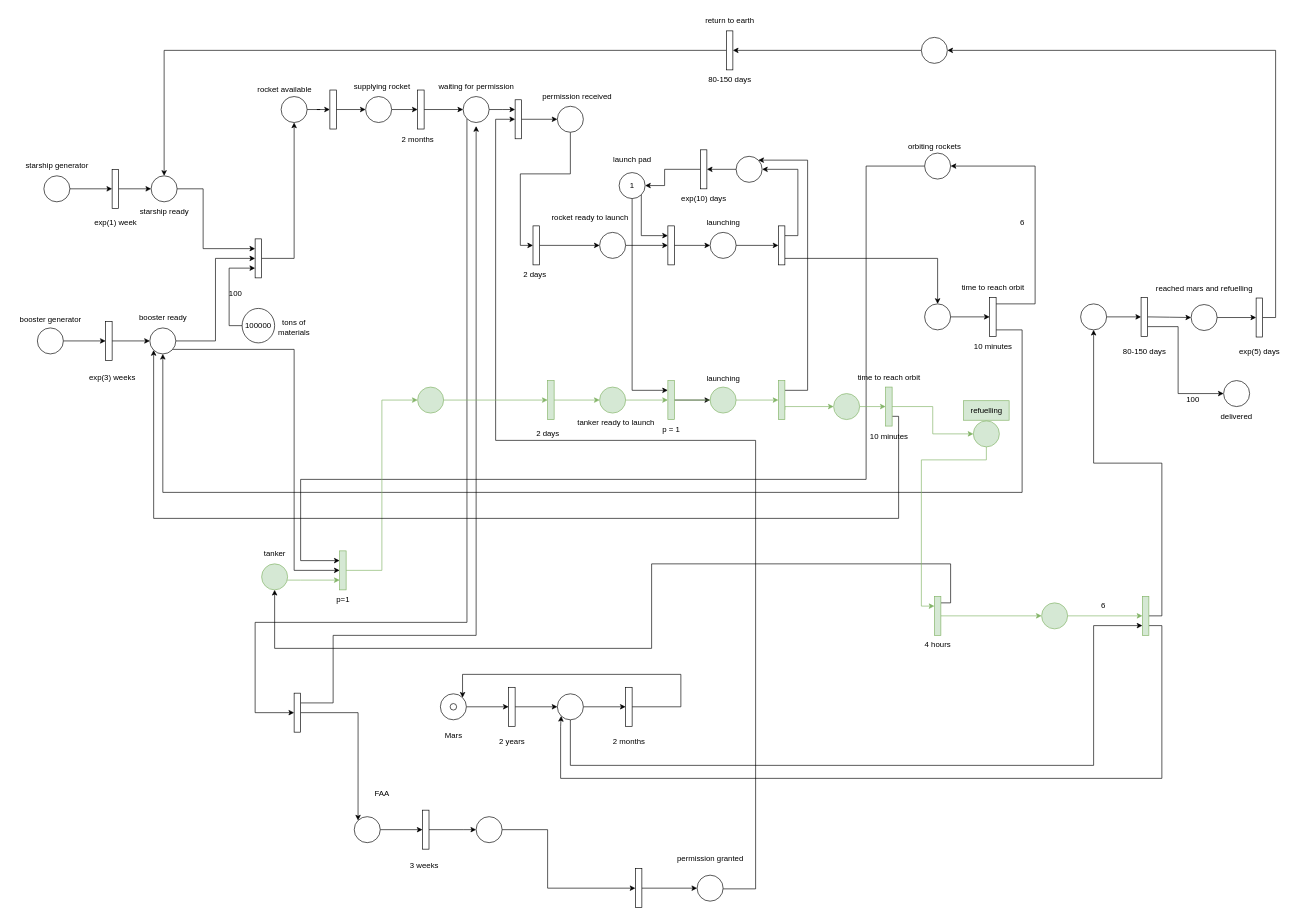
Above: IMS.drawio in jkalend/VUT-IMS (draw.io), before the change. Source tidied: cells renumbered, new cells numbered last; positions are measured from the earlier drawing's top-left corner, leaving out a move shared by most shapes. Both pictures are drawn from the tidied source at 65%, with x=0, y=0 at pixel (11, 11).
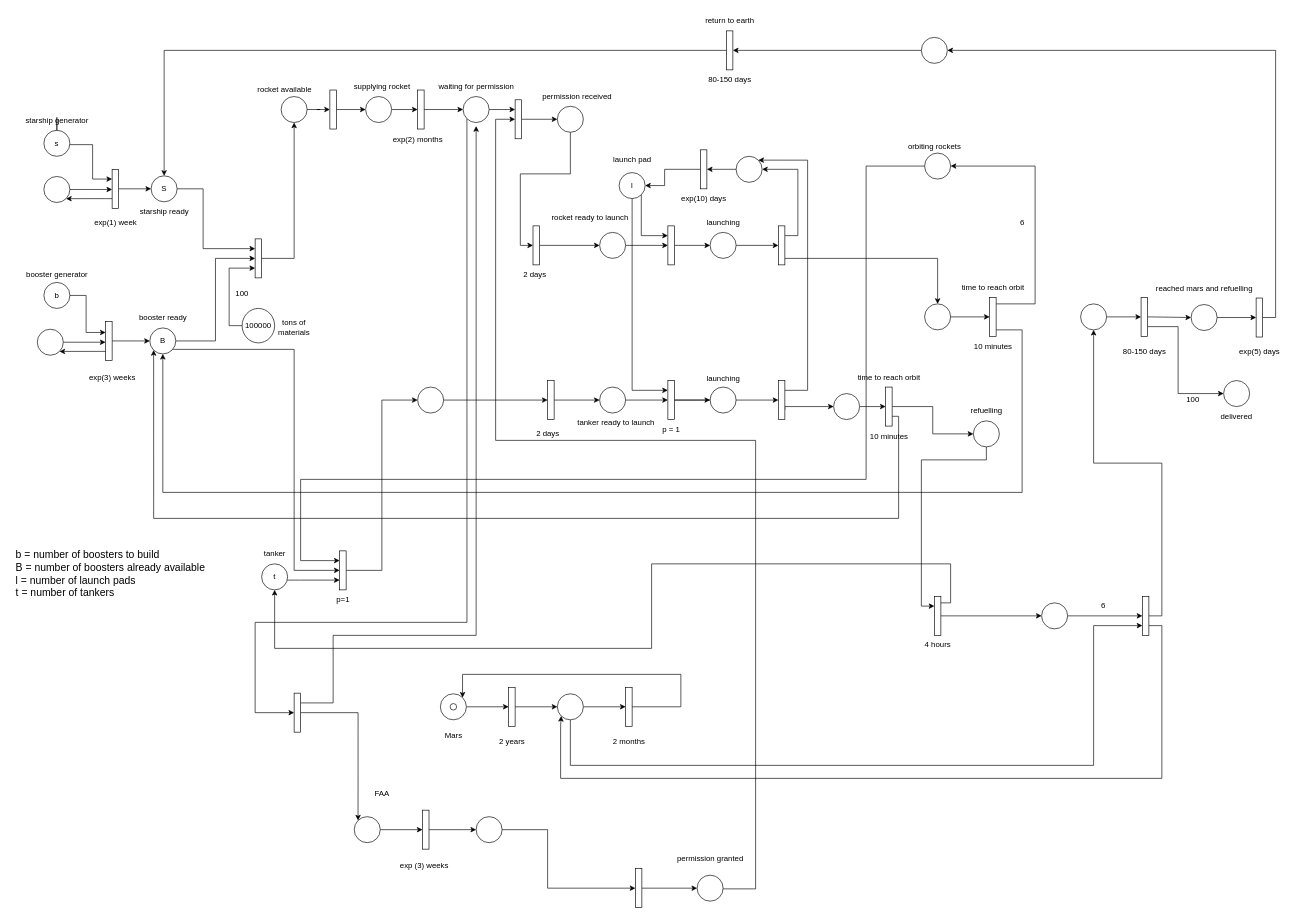
Above is the later version.

Unchanged cells that the change refers to:
```xml
<mxCell id="60" style="rounded=0;whiteSpace=wrap;html=1;" parent="1" vertex="1">
  <mxGeometry x="155" y="243" width="10" height="60" as="geometry" />
</mxCell>
<mxCell id="74" style="rounded=0;whiteSpace=wrap;html=1;" parent="1" vertex="1">
  <mxGeometry x="145" y="477" width="10" height="60" as="geometry" />
</mxCell>
```

Change to the diagram source:
```diff
@@
-    <mxCell id="10" value="2 months" style="text;html=1;align=center;verticalAlign=middle;strokeColor=none;fillColor=none;" parent="1" vertex="1">
-      <mxGeometry x="590" y="183" width="70" height="30" as="geometry" />
+    <mxCell id="10" value="exp(2) months" style="text;html=1;align=center;verticalAlign=middle;strokeColor=none;fillColor=none;" parent="1" vertex="1">
+      <mxGeometry x="575" y="183" width="100" height="30" as="geometry" />
     </mxCell>
@@
-    <mxCell id="18" value="1" style="ellipse;whiteSpace=wrap;html=1;" parent="1" vertex="1">
+    <mxCell id="18" value="l" style="ellipse;whiteSpace=wrap;html=1;" parent="1" vertex="1">
       <mxGeometry x="935" y="248" width="40" height="40" as="geometry" />
     </mxCell>
@@
-    <mxCell id="57" style="edgeStyle=orthogonalEdgeStyle;rounded=0;jettySize=auto;html=1;entryX=0;entryY=0.5;entryDx=0;entryDy=0;" parent="1" edge="1" source="58" target="60">
-      <mxGeometry relative="1" as="geometry" />
+    <mxCell id="57" style="edgeStyle=orthogonalEdgeStyle;rounded=0;jettySize=auto;html=1;entryX=0;entryY=0.25;entryDx=0;entryDy=0;" parent="1" edge="1" target="60">
+      <mxGeometry relative="1" as="geometry">
+        <mxPoint x="90" y="205" as="sourcePoint" />
+        <Array as="points">
+          <mxPoint x="125" y="205" />
+          <mxPoint x="125" y="258" />
+        </Array>
+      </mxGeometry>
     </mxCell>
+    <mxCell id="175" style="edgeStyle=orthogonalEdgeStyle;rounded=0;jettySize=auto;html=1;" parent="1" edge="1" source="58" target="61">
+      <mxGeometry relative="1" as="geometry" />
+    </mxCell>
-    <mxCell id="58" style="ellipse;whiteSpace=wrap;html=1;" parent="1" vertex="1">
-      <mxGeometry x="50" y="253" width="40" height="40" as="geometry" />
+    <mxCell id="58" value="s" style="ellipse;whiteSpace=wrap;html=1;" parent="1" vertex="1">
+      <mxGeometry x="50" y="183" width="40" height="40" as="geometry" />
     </mxCell>
@@
+    <mxCell id="176" style="edgeStyle=orthogonalEdgeStyle;rounded=0;jettySize=auto;html=1;entryX=1;entryY=1;entryDx=0;entryDy=0;" parent="1" edge="1" target="178">
+      <mxGeometry relative="1" as="geometry">
+        <mxPoint x="155" y="288.1" as="sourcePoint" />
+        <Array as="points">
+          <mxPoint x="145" y="288" />
+          <mxPoint x="145" y="288" />
+        </Array>
+      </mxGeometry>
+    </mxCell>
@@
     <mxCell id="61" value="starship generator" style="text;html=1;align=center;verticalAlign=middle;points=[];strokeColor=none;fillColor=none;" parent="1" vertex="1">
-      <mxGeometry x="10" y="223" width="120" height="30" as="geometry" />
+      <mxGeometry x="10" y="153" width="120" height="30" as="geometry" />
     </mxCell>
@@
-    <mxCell id="64" style="ellipse;whiteSpace=wrap;html=1;" parent="1" vertex="1">
+    <mxCell id="64" value="B" style="ellipse;whiteSpace=wrap;html=1;" parent="1" vertex="1">
       <mxGeometry x="213" y="487" width="40" height="40" as="geometry" />
     </mxCell>
@@
-    <mxCell id="69" style="ellipse;whiteSpace=wrap;html=1;" parent="1" vertex="1">
+    <mxCell id="69" value="S" style="ellipse;whiteSpace=wrap;html=1;" parent="1" vertex="1">
       <mxGeometry x="215" y="253" width="40" height="40" as="geometry" />
     </mxCell>
@@
-    <mxCell id="71" style="edgeStyle=orthogonalEdgeStyle;rounded=0;jettySize=auto;html=1;entryX=0;entryY=0.5;entryDx=0;entryDy=0;" parent="1" edge="1" source="72" target="74">
-      <mxGeometry relative="1" as="geometry" />
+    <mxCell id="71" style="edgeStyle=orthogonalEdgeStyle;rounded=0;jettySize=auto;html=1;entryX=0;entryY=0.5;entryDx=0;entryDy=0;exitX=1;exitY=0.5;exitDx=0;exitDy=0;" parent="1" edge="1" source="72">
+      <mxGeometry relative="1" as="geometry">
+        <mxPoint x="145" y="494" as="targetPoint" />
+        <Array as="points">
+          <mxPoint x="115" y="437" />
+          <mxPoint x="115" y="494" />
+        </Array>
+      </mxGeometry>
     </mxCell>
-    <mxCell id="72" style="ellipse;whiteSpace=wrap;html=1;" parent="1" vertex="1">
-      <mxGeometry x="40" y="487" width="40" height="40" as="geometry" />
+    <mxCell id="72" value="b" style="ellipse;whiteSpace=wrap;html=1;" parent="1" vertex="1">
+      <mxGeometry x="50" y="417" width="40" height="40" as="geometry" />
     </mxCell>
@@
     <mxCell id="75" value="booster generator" style="text;html=1;align=center;verticalAlign=middle;strokeColor=none;fillColor=none;" parent="1" vertex="1">
-      <mxGeometry y="460" width="120" height="30" as="geometry" />
+      <mxGeometry x="10" y="390" width="120" height="30" as="geometry" />
     </mxCell>
@@
-    <mxCell id="79" style="edgeStyle=orthogonalEdgeStyle;rounded=0;jettySize=auto;html=1;entryX=0;entryY=0.75;entryDx=0;entryDy=0;fillColor=#d5e8d4;strokeColor=#82b366;" parent="1" edge="1" source="80" target="83">
+    <mxCell id="79" style="edgeStyle=orthogonalEdgeStyle;rounded=0;jettySize=auto;html=1;entryX=0;entryY=0.75;entryDx=0;entryDy=0;" parent="1" edge="1" source="80" target="83">
       <mxGeometry relative="1" as="geometry">
         <Array as="points">
           <mxPoint x="445" y="875" />
           <mxPoint x="445" y="875" />
         </Array>
       </mxGeometry>
     </mxCell>
-    <mxCell id="80" style="ellipse;whiteSpace=wrap;html=1;fillColor=#d5e8d4;strokeColor=#82b366;" parent="1" vertex="1">
+    <mxCell id="80" value="t" style="ellipse;whiteSpace=wrap;html=1;" parent="1" vertex="1">
       <mxGeometry x="385" y="850" width="40" height="40" as="geometry" />
     </mxCell>
-    <mxCell id="81" value="tanker" style="text;html=1;align=center;verticalAlign=middle;strokeColor=none;fillColor=none;" parent="1" vertex="1">
+    <mxCell id="81" value="tanker" style="text;html=1;align=center;verticalAlign=middle;" parent="1" vertex="1">
       <mxGeometry x="375" y="820" width="60" height="30" as="geometry" />
     </mxCell>
-    <mxCell id="82" style="edgeStyle=orthogonalEdgeStyle;rounded=0;jettySize=auto;html=1;exitX=1;exitY=0.5;exitDx=0;exitDy=0;entryX=0;entryY=0.5;entryDx=0;entryDy=0;fillColor=#d5e8d4;strokeColor=#82b366;" parent="1" edge="1" source="83" target="136">
+    <mxCell id="82" style="edgeStyle=orthogonalEdgeStyle;rounded=0;jettySize=auto;html=1;exitX=1;exitY=0.5;exitDx=0;exitDy=0;entryX=0;entryY=0.5;entryDx=0;entryDy=0;" parent="1" edge="1" source="83" target="136">
       <mxGeometry relative="1" as="geometry" />
     </mxCell>
-    <mxCell id="83" style="rounded=0;whiteSpace=wrap;html=1;fillColor=#d5e8d4;strokeColor=#82b366;" parent="1" vertex="1">
+    <mxCell id="83" style="rounded=0;whiteSpace=wrap;html=1;" parent="1" vertex="1">
       <mxGeometry x="505" y="830" width="10" height="60" as="geometry" />
     </mxCell>
@@
-    <mxCell id="86" style="edgeStyle=orthogonalEdgeStyle;rounded=0;jettySize=auto;html=1;exitX=1;exitY=0.5;exitDx=0;exitDy=0;entryX=0;entryY=0.5;entryDx=0;entryDy=0;fillColor=#d5e8d4;strokeColor=#82b366;" parent="1" edge="1" source="87" target="173">
+    <mxCell id="86" style="edgeStyle=orthogonalEdgeStyle;rounded=0;jettySize=auto;html=1;exitX=1;exitY=0.5;exitDx=0;exitDy=0;entryX=0;entryY=0.5;entryDx=0;entryDy=0;" parent="1" edge="1" source="87" target="173">
       <mxGeometry relative="1" as="geometry" />
     </mxCell>
-    <mxCell id="87" style="rounded=0;whiteSpace=wrap;html=1;fillColor=#d5e8d4;strokeColor=#82b366;" parent="1" vertex="1">
+    <mxCell id="87" style="rounded=0;whiteSpace=wrap;html=1;" parent="1" vertex="1">
       <mxGeometry x="1420" y="900" width="10" height="60" as="geometry" />
     </mxCell>
@@
-    <mxCell id="89" style="edgeStyle=orthogonalEdgeStyle;rounded=0;jettySize=auto;html=1;entryX=0;entryY=0.5;entryDx=0;entryDy=0;fillColor=#d5e8d4;strokeColor=#82b366;" parent="1" edge="1" source="90" target="92">
+    <mxCell id="89" style="edgeStyle=orthogonalEdgeStyle;rounded=0;jettySize=auto;html=1;entryX=0;entryY=0.5;entryDx=0;entryDy=0;" parent="1" edge="1" source="90" target="92">
       <mxGeometry relative="1" as="geometry" />
     </mxCell>
-    <mxCell id="90" style="rounded=0;whiteSpace=wrap;html=1;fillColor=#d5e8d4;strokeColor=#82b366;" parent="1" vertex="1">
+    <mxCell id="90" style="rounded=0;whiteSpace=wrap;html=1;" parent="1" vertex="1">
       <mxGeometry x="1345" y="578" width="10" height="60" as="geometry" />
     </mxCell>
-    <mxCell id="91" style="edgeStyle=orthogonalEdgeStyle;rounded=0;jettySize=auto;html=1;entryX=0;entryY=0.25;entryDx=0;entryDy=0;fillColor=#d5e8d4;strokeColor=#82b366;" parent="1" edge="1" source="92" target="87">
+    <mxCell id="91" style="edgeStyle=orthogonalEdgeStyle;rounded=0;jettySize=auto;html=1;entryX=0;entryY=0.25;entryDx=0;entryDy=0;" parent="1" edge="1" source="92" target="87">
       <mxGeometry relative="1" as="geometry">
         <Array as="points">
           <mxPoint x="1500" y="690" />
           <mxPoint x="1400" y="690" />
           <mxPoint x="1400" y="915" />
         </Array>
       </mxGeometry>
     </mxCell>
-    <mxCell id="92" style="ellipse;whiteSpace=wrap;html=1;fillColor=#d5e8d4;strokeColor=#82b366;" parent="1" vertex="1">
+    <mxCell id="92" style="ellipse;whiteSpace=wrap;html=1;" parent="1" vertex="1">
       <mxGeometry x="1480" y="630" width="40" height="40" as="geometry" />
     </mxCell>
@@
-    <mxCell id="115" value="3 weeks" style="text;html=1;align=center;verticalAlign=middle;strokeColor=none;fillColor=none;" parent="1" vertex="1">
-      <mxGeometry x="600" y="1298.9" width="70" height="30" as="geometry" />
+    <mxCell id="115" value="exp (3) weeks" style="text;html=1;align=center;verticalAlign=middle;strokeColor=none;fillColor=none;" parent="1" vertex="1">
+      <mxGeometry x="585" y="1298.9" width="100" height="30" as="geometry" />
     </mxCell>
@@
-    <mxCell id="130" value="refuelling" style="text;html=1;align=center;verticalAlign=middle;strokeColor=#82b366;fillColor=#d5e8d4;" parent="1" vertex="1">
+    <mxCell id="130" value="refuelling" style="text;html=1;align=center;verticalAlign=middle;" parent="1" vertex="1">
       <mxGeometry x="1465" y="599" width="70" height="30" as="geometry" />
     </mxCell>
@@
-    <mxCell id="132" value="p=1" style="text;html=1;align=center;verticalAlign=middle;strokeColor=none;fillColor=none;" parent="1" vertex="1">
+    <mxCell id="132" value="p=1" style="text;html=1;align=center;verticalAlign=middle;" parent="1" vertex="1">
       <mxGeometry x="490" y="890" width="40" height="30" as="geometry" />
     </mxCell>
-    <mxCell id="133" value="exp(3) weeks" style="text;html=1;align=center;verticalAlign=middle;strokeColor=none;fillColor=none;" parent="1" vertex="1">
+    <mxCell id="133" value="exp(3) weeks" style="text;html=1;align=center;verticalAlign=middle;" parent="1" vertex="1">
       <mxGeometry x="110" y="548" width="90" height="30" as="geometry" />
     </mxCell>
@@
-    <mxCell id="135" style="edgeStyle=orthogonalEdgeStyle;rounded=0;jettySize=auto;html=1;exitX=1;exitY=0.5;exitDx=0;exitDy=0;entryX=0;entryY=0.5;entryDx=0;entryDy=0;fillColor=#d5e8d4;strokeColor=#82b366;" parent="1" edge="1" source="136" target="138">
+    <mxCell id="135" style="edgeStyle=orthogonalEdgeStyle;rounded=0;jettySize=auto;html=1;exitX=1;exitY=0.5;exitDx=0;exitDy=0;entryX=0;entryY=0.5;entryDx=0;entryDy=0;" parent="1" edge="1" source="136" target="138">
       <mxGeometry relative="1" as="geometry" />
     </mxCell>
-    <mxCell id="136" style="ellipse;whiteSpace=wrap;html=1;fillColor=#d5e8d4;strokeColor=#82b366;" parent="1" vertex="1">
+    <mxCell id="136" style="ellipse;whiteSpace=wrap;html=1;" parent="1" vertex="1">
       <mxGeometry x="625" y="578" width="40" height="40" as="geometry" />
     </mxCell>
-    <mxCell id="137" style="edgeStyle=orthogonalEdgeStyle;rounded=0;jettySize=auto;html=1;exitX=1;exitY=0.5;exitDx=0;exitDy=0;fillColor=#d5e8d4;strokeColor=#82b366;" parent="1" edge="1" source="138" target="141">
+    <mxCell id="137" style="edgeStyle=orthogonalEdgeStyle;rounded=0;jettySize=auto;html=1;exitX=1;exitY=0.5;exitDx=0;exitDy=0;" parent="1" edge="1" source="138" target="141">
       <mxGeometry relative="1" as="geometry" />
     </mxCell>
-    <mxCell id="138" style="rounded=0;whiteSpace=wrap;html=1;fillColor=#d5e8d4;strokeColor=#82b366;" parent="1" vertex="1">
+    <mxCell id="138" style="rounded=0;whiteSpace=wrap;html=1;" parent="1" vertex="1">
       <mxGeometry x="825" y="568" width="10" height="60" as="geometry" />
     </mxCell>
-    <mxCell id="139" value="&lt;div&gt;2 days&lt;/div&gt;" style="text;html=1;align=center;verticalAlign=middle;strokeColor=none;fillColor=none;" parent="1" vertex="1">
+    <mxCell id="139" value="&lt;div&gt;2 days&lt;/div&gt;" style="text;html=1;align=center;verticalAlign=middle;" parent="1" vertex="1">
       <mxGeometry x="795" y="635" width="60" height="30" as="geometry" />
     </mxCell>
-    <mxCell id="140" style="edgeStyle=orthogonalEdgeStyle;rounded=0;jettySize=auto;html=1;exitX=1;exitY=0.5;exitDx=0;exitDy=0;entryX=0;entryY=0.5;entryDx=0;entryDy=0;fillColor=#d5e8d4;strokeColor=#82b366;" parent="1" edge="1" source="141" target="144">
+    <mxCell id="140" style="edgeStyle=orthogonalEdgeStyle;rounded=0;jettySize=auto;html=1;exitX=1;exitY=0.5;exitDx=0;exitDy=0;entryX=0;entryY=0.5;entryDx=0;entryDy=0;" parent="1" edge="1" source="141" target="144">
       <mxGeometry relative="1" as="geometry" />
     </mxCell>
-    <mxCell id="141" style="ellipse;whiteSpace=wrap;html=1;fillColor=#d5e8d4;strokeColor=#82b366;" parent="1" vertex="1">
+    <mxCell id="141" style="ellipse;whiteSpace=wrap;html=1;" parent="1" vertex="1">
       <mxGeometry x="905" y="578" width="40" height="40" as="geometry" />
     </mxCell>
@@
-    <mxCell id="143" style="edgeStyle=orthogonalEdgeStyle;rounded=0;jettySize=auto;html=1;fillColor=#d5e8d4;strokeColor=#82b366;" parent="1" edge="1" source="144">
+    <mxCell id="143" style="edgeStyle=orthogonalEdgeStyle;rounded=0;jettySize=auto;html=1;" parent="1" edge="1" source="144">
       <mxGeometry relative="1" as="geometry">
         <mxPoint x="1100" y="598" as="targetPoint" />
       </mxGeometry>
     </mxCell>
-    <mxCell id="144" style="rounded=0;whiteSpace=wrap;html=1;fillColor=#d5e8d4;strokeColor=#82b366;" parent="1" vertex="1">
+    <mxCell id="144" style="rounded=0;whiteSpace=wrap;html=1;" parent="1" vertex="1">
       <mxGeometry x="1010" y="568" width="10" height="60" as="geometry" />
     </mxCell>
-    <mxCell id="145" style="edgeStyle=orthogonalEdgeStyle;rounded=0;jettySize=auto;html=1;entryX=0;entryY=0.5;entryDx=0;entryDy=0;fillColor=#d5e8d4;strokeColor=#82b366;" parent="1" edge="1" source="146" target="149">
+    <mxCell id="145" style="edgeStyle=orthogonalEdgeStyle;rounded=0;jettySize=auto;html=1;entryX=0;entryY=0.5;entryDx=0;entryDy=0;" parent="1" edge="1" source="146" target="149">
       <mxGeometry relative="1" as="geometry" />
     </mxCell>
-    <mxCell id="146" style="ellipse;whiteSpace=wrap;html=1;fillColor=#d5e8d4;strokeColor=#82b366;" parent="1" vertex="1">
+    <mxCell id="146" style="ellipse;whiteSpace=wrap;html=1;" parent="1" vertex="1">
       <mxGeometry x="1075" y="578" width="40" height="40" as="geometry" />
     </mxCell>
@@
-    <mxCell id="148" style="edgeStyle=orthogonalEdgeStyle;rounded=0;jettySize=auto;html=1;exitX=1;exitY=0.75;exitDx=0;exitDy=0;entryX=0;entryY=0.5;entryDx=0;entryDy=0;fillColor=#d5e8d4;strokeColor=#82b366;" parent="1" edge="1" source="149" target="158">
+    <mxCell id="148" style="edgeStyle=orthogonalEdgeStyle;rounded=0;jettySize=auto;html=1;exitX=1;exitY=0.75;exitDx=0;exitDy=0;entryX=0;entryY=0.5;entryDx=0;entryDy=0;" parent="1" edge="1" source="149" target="158">
       <mxGeometry relative="1" as="geometry">
         <Array as="points">
           <mxPoint x="1190" y="608" />
         </Array>
       </mxGeometry>
     </mxCell>
-    <mxCell id="149" style="rounded=0;whiteSpace=wrap;html=1;fillColor=#d5e8d4;strokeColor=#82b366;" parent="1" vertex="1">
+    <mxCell id="149" style="rounded=0;whiteSpace=wrap;html=1;" parent="1" vertex="1">
       <mxGeometry x="1180" y="568" width="10" height="60" as="geometry" />
     </mxCell>
@@
-    <mxCell id="152" value="&lt;div&gt;p = 1&lt;/div&gt;" style="text;html=1;align=center;verticalAlign=middle;strokeColor=none;fillColor=none;" parent="1" vertex="1">
+    <mxCell id="152" value="&lt;div&gt;p = 1&lt;/div&gt;" style="text;html=1;align=center;verticalAlign=middle;" parent="1" vertex="1">
       <mxGeometry x="990" y="628" width="50" height="30" as="geometry" />
     </mxCell>
@@
-    <mxCell id="155" value="tanker ready to launch" style="text;html=1;align=center;verticalAlign=middle;strokeColor=none;fillColor=none;" parent="1" vertex="1">
+    <mxCell id="155" value="tanker ready to launch" style="text;html=1;align=center;verticalAlign=middle;" parent="1" vertex="1">
       <mxGeometry x="860" y="618" width="140" height="30" as="geometry" />
     </mxCell>
-    <mxCell id="156" value="launching" style="text;html=1;align=center;verticalAlign=middle;strokeColor=none;fillColor=none;" parent="1" vertex="1">
+    <mxCell id="156" value="launching" style="text;html=1;align=center;verticalAlign=middle;" parent="1" vertex="1">
       <mxGeometry x="1060" y="550" width="70" height="30" as="geometry" />
     </mxCell>
-    <mxCell id="157" style="edgeStyle=orthogonalEdgeStyle;rounded=0;jettySize=auto;html=1;exitX=1;exitY=0.5;exitDx=0;exitDy=0;entryX=0;entryY=0.5;entryDx=0;entryDy=0;fillColor=#d5e8d4;strokeColor=#82b366;" parent="1" edge="1" source="158" target="90">
+    <mxCell id="157" style="edgeStyle=orthogonalEdgeStyle;rounded=0;jettySize=auto;html=1;exitX=1;exitY=0.5;exitDx=0;exitDy=0;entryX=0;entryY=0.5;entryDx=0;entryDy=0;" parent="1" edge="1" source="158" target="90">
       <mxGeometry relative="1" as="geometry" />
     </mxCell>
-    <mxCell id="158" style="ellipse;whiteSpace=wrap;html=1;fillColor=#d5e8d4;strokeColor=#82b366;" parent="1" vertex="1">
+    <mxCell id="158" style="ellipse;whiteSpace=wrap;html=1;" parent="1" vertex="1">
       <mxGeometry x="1265" y="588" width="40" height="40" as="geometry" />
     </mxCell>
-    <mxCell id="159" value="time to reach orbit" style="text;html=1;align=center;verticalAlign=middle;strokeColor=none;fillColor=none;" parent="1" vertex="1">
+    <mxCell id="159" value="time to reach orbit" style="text;html=1;align=center;verticalAlign=middle;" parent="1" vertex="1">
       <mxGeometry x="1290" y="548" width="120" height="30" as="geometry" />
     </mxCell>
@@
     <mxCell id="162" value="100" style="text;html=1;strokeColor=none;fillColor=none;align=center;verticalAlign=middle;whiteSpace=wrap;rounded=0;" parent="1" vertex="1">
-      <mxGeometry x="315" y="420" width="60" height="30" as="geometry" />
+      <mxGeometry x="325" y="420" width="60" height="30" as="geometry" />
     </mxCell>
@@
-    <mxCell id="165" value="100" style="text;html=1;strokeColor=none;fillColor=none;align=center;verticalAlign=middle;whiteSpace=wrap;rounded=0;" parent="1" vertex="1">
+    <mxCell id="165" value="100" style="text;html=1;align=center;verticalAlign=middle;whiteSpace=wrap;rounded=0;" parent="1" vertex="1">
       <mxGeometry x="1788" y="583" width="60" height="30" as="geometry" />
     </mxCell>
@@
-    <mxCell id="167" style="edgeStyle=orthogonalEdgeStyle;rounded=0;jettySize=auto;html=1;exitX=1;exitY=0.5;exitDx=0;exitDy=0;entryX=0;entryY=0.5;entryDx=0;entryDy=0;fillColor=#d5e8d4;strokeColor=#82b366;" parent="1" edge="1" source="173" target="170">
+    <mxCell id="167" style="edgeStyle=orthogonalEdgeStyle;rounded=0;jettySize=auto;html=1;exitX=1;exitY=0.5;exitDx=0;exitDy=0;entryX=0;entryY=0.5;entryDx=0;entryDy=0;" parent="1" edge="1" source="173" target="170">
       <mxGeometry relative="1" as="geometry" />
     </mxCell>
@@
-    <mxCell id="170" style="rounded=0;whiteSpace=wrap;html=1;fillColor=#d5e8d4;strokeColor=#82b366;" parent="1" vertex="1">
+    <mxCell id="170" style="rounded=0;whiteSpace=wrap;html=1;" parent="1" vertex="1">
       <mxGeometry x="1740" y="900" width="10" height="60" as="geometry" />
     </mxCell>
@@
-    <mxCell id="173" style="ellipse;whiteSpace=wrap;html=1;fillColor=#d5e8d4;strokeColor=#82b366;" parent="1" vertex="1">
+    <mxCell id="173" style="ellipse;whiteSpace=wrap;html=1;" parent="1" vertex="1">
       <mxGeometry x="1585" y="910" width="40" height="40" as="geometry" />
     </mxCell>
-    <mxCell id="174" value="6" style="text;html=1;strokeColor=none;fillColor=none;align=center;verticalAlign=middle;whiteSpace=wrap;rounded=0;" parent="1" vertex="1">
+    <mxCell id="174" value="6" style="text;html=1;align=center;verticalAlign=middle;whiteSpace=wrap;rounded=0;" parent="1" vertex="1">
       <mxGeometry x="1650" y="900" width="60" height="30" as="geometry" />
     </mxCell>
+    <mxCell id="177" style="edgeStyle=orthogonalEdgeStyle;rounded=0;jettySize=auto;html=1;" parent="1" edge="1" source="178">
+      <mxGeometry relative="1" as="geometry">
+        <mxPoint x="155" y="274" as="targetPoint" />
+        <Array as="points">
+          <mxPoint x="155" y="274" />
+        </Array>
+      </mxGeometry>
+    </mxCell>
+    <mxCell id="178" style="ellipse;whiteSpace=wrap;html=1;" parent="1" vertex="1">
+      <mxGeometry x="50" y="254" width="40" height="40" as="geometry" />
+    </mxCell>
+    <mxCell id="179" style="edgeStyle=orthogonalEdgeStyle;rounded=0;jettySize=auto;html=1;entryX=1;entryY=1;entryDx=0;entryDy=0;" parent="1" edge="1" target="181">
+      <mxGeometry relative="1" as="geometry">
+        <mxPoint x="144.9" y="523.1" as="sourcePoint" />
+        <Array as="points">
+          <mxPoint x="134.9" y="523" />
+          <mxPoint x="134.9" y="523" />
+        </Array>
+      </mxGeometry>
+    </mxCell>
+    <mxCell id="180" style="edgeStyle=orthogonalEdgeStyle;rounded=0;jettySize=auto;html=1;" parent="1" edge="1" source="181">
+      <mxGeometry relative="1" as="geometry">
+        <mxPoint x="144.9" y="509" as="targetPoint" />
+        <Array as="points">
+          <mxPoint x="144.9" y="509" />
+        </Array>
+      </mxGeometry>
+    </mxCell>
+    <mxCell id="181" style="ellipse;whiteSpace=wrap;html=1;" parent="1" vertex="1">
+      <mxGeometry x="39.9" y="489" width="40" height="40" as="geometry" />
+    </mxCell>
+    <mxCell id="182" value="&lt;div style=&quot;font-size: 16px;&quot;&gt;b = number of boosters to build&lt;/div&gt;&lt;div style=&quot;font-size: 16px;&quot;&gt;B = number of boosters already available&lt;/div&gt;&lt;div style=&quot;font-size: 16px;&quot;&gt;l = number of launch pads&lt;/div&gt;&lt;div style=&quot;font-size: 16px;&quot;&gt;t = number of tankers&lt;br style=&quot;font-size: 16px;&quot;&gt;&lt;/div&gt;" style="text;html=1;align=left;verticalAlign=middle;strokeColor=none;fillColor=none;fontSize=16;" parent="1" vertex="1">
+      <mxGeometry x="5" y="820" width="310" height="90" as="geometry" />
+    </mxCell>
```
